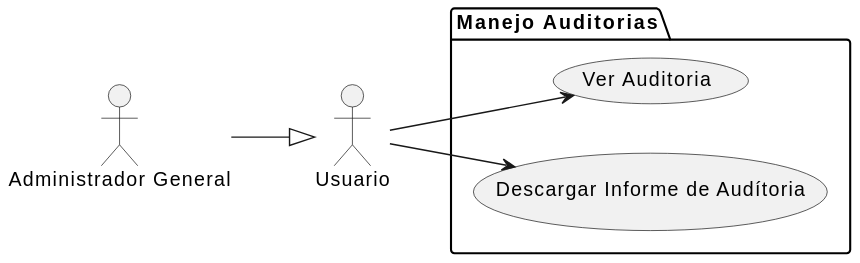
The PlantUML diagram docs/casosDeUso/diagramaCasosDeUso/manejoAuditoria/manejoAuditoria.svg in mmasias/24-25-IdSw1-SDR, before a commit.
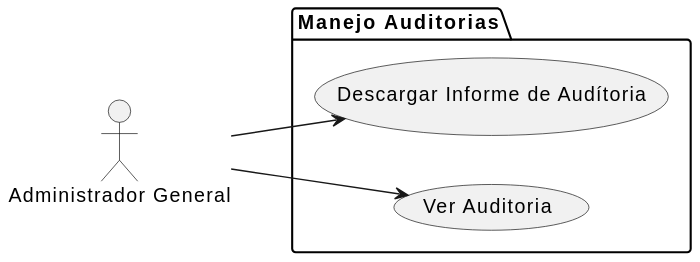
Later version of the same file.

Commit message:
fix: corregir relaciones entre actores y casos de uso en el diagrama de manejo de auditoría

Change to the diagram source:
```diff
@@ -1,6 +1,5 @@
 @startuml
 left to right direction
-actor "Usuario" as Usuario
 actor "Administrador General" as AdminGeneral
 
 package "Manejo Auditorias" {
@@ -8,7 +7,6 @@
     usecase "Descargar Informe de Audítoria" as CA2
 }
 
-AdminGeneral --|> Usuario
-Usuario --> CA1
-Usuario --> CA2
+AdminGeneral --> CA1
+AdminGeneral --> CA2
 @enduml
```
